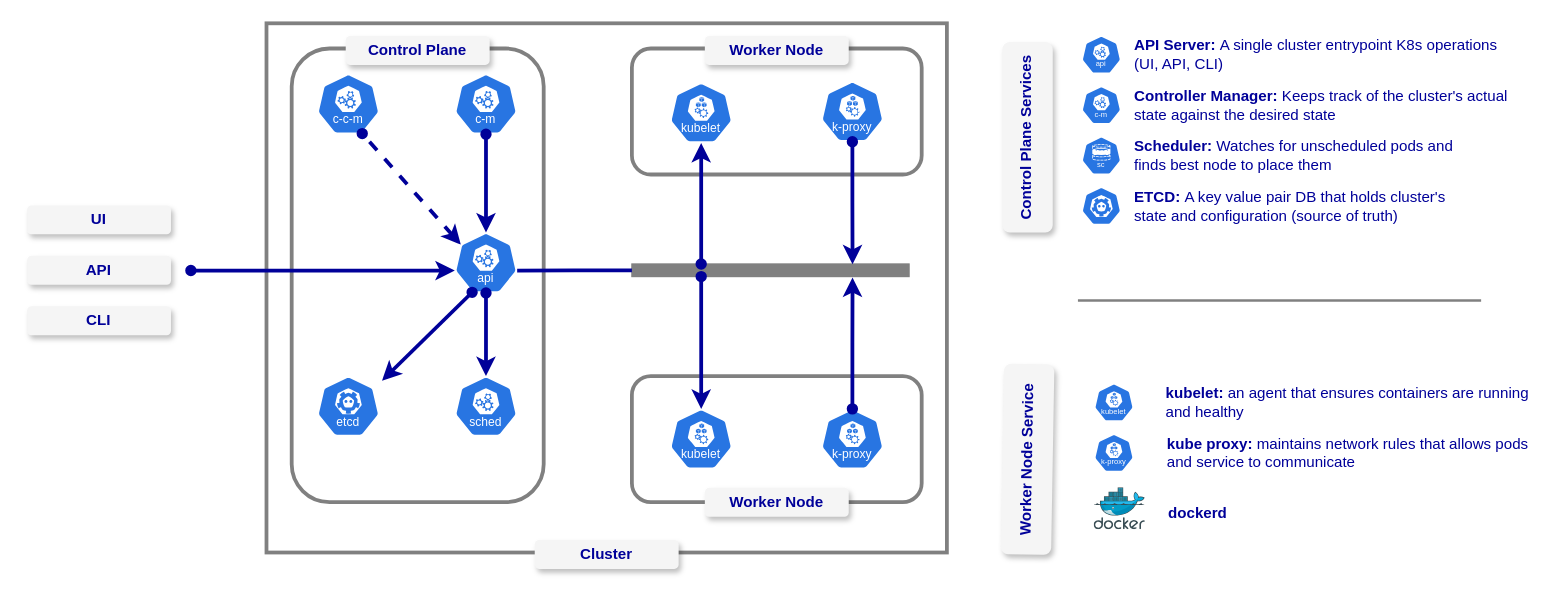
This is page "Control Plane" (1 of 9) of drawio/core objects.drawio from k8sforum/intro-to-k8s, a draw.io file, before an edit. Source tidied: cells renumbered, new cells numbered last; positions are measured from the earlier drawing's top-left corner, leaving out a move shared by most shapes. Both pictures are drawn from the tidied source at 126%, with x=0, y=0 at pixel (26, 23).
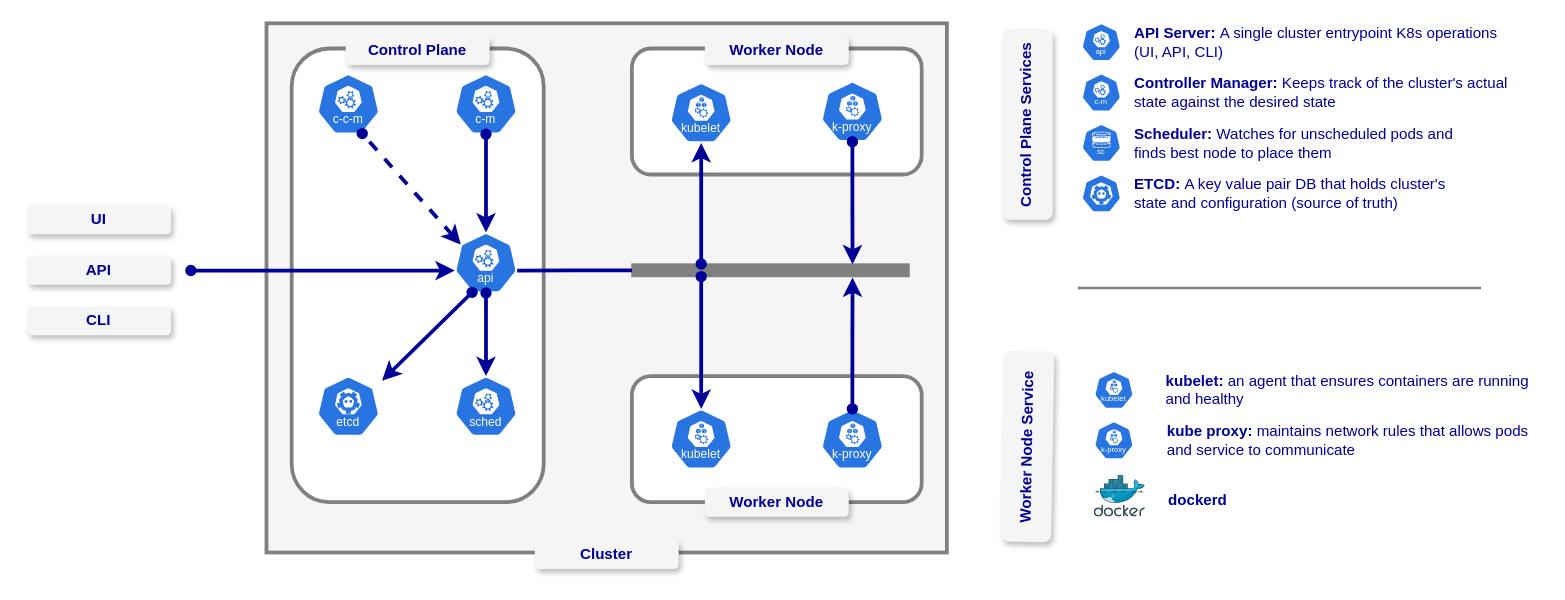
The same page after the edit.

The edit, as a diff of the source:
```diff
@@
-    <mxCell id="2" style="rounded=0;whiteSpace=wrap;html=1;strokeWidth=3;strokeColor=#808080;" parent="1" vertex="1">
+    <mxCell id="2" style="rounded=0;whiteSpace=wrap;html=1;strokeWidth=3;strokeColor=#808080;fillColor=#F5F5F5;" parent="1" vertex="1">
       <mxGeometry x="190" width="540" height="420" as="geometry" />
     </mxCell>
@@
     <mxCell id="25" style="sketch=0;html=1;dashed=0;whitespace=wrap;verticalLabelPosition=bottom;verticalAlign=top;fillColor=#2875E2;strokeColor=#ffffff;shape=mxgraph.kubernetes.icon2;kubernetesLabel=1;prIcon=api;" parent="1" vertex="1">
-      <mxGeometry x="837" y="10" width="31.2" height="30" as="geometry" />
+      <mxGeometry x="837" width="31.2" height="30" as="geometry" />
     </mxCell>
     <mxCell id="26" style="sketch=0;html=1;dashed=0;whitespace=wrap;verticalLabelPosition=bottom;verticalAlign=top;fillColor=#2875E2;strokeColor=#ffffff;shape=mxgraph.kubernetes.icon2;prIcon=etcd;" parent="1" vertex="1">
-      <mxGeometry x="837" y="130" width="31.2" height="30" as="geometry" />
+      <mxGeometry x="837" y="120" width="31.2" height="30" as="geometry" />
     </mxCell>
     <mxCell id="27" style="sketch=0;html=1;dashed=0;whitespace=wrap;verticalLabelPosition=bottom;verticalAlign=top;fillColor=#2875E2;strokeColor=#ffffff;shape=mxgraph.kubernetes.icon2;kubernetesLabel=1;prIcon=sc;" parent="1" vertex="1">
-      <mxGeometry x="837" y="90" width="31.2" height="30" as="geometry" />
+      <mxGeometry x="837" y="80" width="31.2" height="30" as="geometry" />
     </mxCell>
     <mxCell id="28" value="&lt;font style=&quot;color: rgb(0, 0, 153);&quot;&gt;&lt;b&gt;API Server:&lt;/b&gt;&amp;nbsp;A single cluster entrypoint K8s operations (UI, API, CLI)&lt;/font&gt;" style="text;html=1;whiteSpace=wrap;strokeColor=none;fillColor=none;align=left;verticalAlign=middle;rounded=0;" parent="1" vertex="1">
-      <mxGeometry x="877" y="10" width="300" height="30" as="geometry" />
+      <mxGeometry x="877" width="300" height="30" as="geometry" />
     </mxCell>
     <mxCell id="29" value="&lt;font style=&quot;color: rgb(0, 0, 153);&quot;&gt;&lt;b&gt;Controller Manager:&lt;/b&gt; Keeps track of the cluster's actual state against the desired state&lt;/font&gt;" style="text;html=1;whiteSpace=wrap;strokeColor=none;fillColor=none;align=left;verticalAlign=middle;rounded=0;" parent="1" vertex="1">
-      <mxGeometry x="877" y="50" width="320" height="30" as="geometry" />
+      <mxGeometry x="877" y="40" width="320" height="30" as="geometry" />
     </mxCell>
     <mxCell id="30" value="&lt;font style=&quot;color: rgb(0, 0, 153);&quot;&gt;&lt;b&gt;Scheduler:&lt;/b&gt;&amp;nbsp;Watches for unscheduled pods and finds best node to place them&lt;/font&gt;" style="text;html=1;whiteSpace=wrap;strokeColor=none;fillColor=none;align=left;verticalAlign=middle;rounded=0;" parent="1" vertex="1">
-      <mxGeometry x="877" y="90" width="270" height="30" as="geometry" />
+      <mxGeometry x="877" y="80" width="270" height="30" as="geometry" />
     </mxCell>
     <mxCell id="31" value="&lt;font style=&quot;color: rgb(0, 0, 153);&quot;&gt;&lt;b&gt;ETCD:&lt;/b&gt;&amp;nbsp;A key value pair DB that holds cluster's state and configuration (source of truth)&lt;/font&gt;" style="text;html=1;whiteSpace=wrap;strokeColor=none;fillColor=none;align=left;verticalAlign=middle;rounded=0;" parent="1" vertex="1">
-      <mxGeometry x="877" y="130" width="270" height="30" as="geometry" />
+      <mxGeometry x="877" y="120" width="270" height="30" as="geometry" />
     </mxCell>
     <mxCell id="32" style="sketch=0;html=1;dashed=0;whitespace=wrap;verticalLabelPosition=bottom;verticalAlign=top;fillColor=#2875E2;strokeColor=#ffffff;shape=mxgraph.kubernetes.icon2;kubernetesLabel=1;prIcon=c_m;" parent="1" vertex="1">
-      <mxGeometry x="837" y="50" width="31.2" height="30" as="geometry" />
+      <mxGeometry x="837" y="40" width="31.2" height="30" as="geometry" />
     </mxCell>
     <mxCell id="33" style="sketch=0;html=1;dashed=0;whitespace=wrap;verticalLabelPosition=bottom;verticalAlign=top;fillColor=#2875E2;strokeColor=#ffffff;shape=mxgraph.kubernetes.icon2;kubernetesLabel=1;prIcon=kubelet;" parent="1" vertex="1">
-      <mxGeometry x="847" y="286" width="31.2" height="30" as="geometry" />
+      <mxGeometry x="847" y="276" width="31.2" height="30" as="geometry" />
     </mxCell>
     <mxCell id="34" style="image;sketch=0;html=1;align=center;fontSize=12;image=img/lib/mscae/Docker.svg;" parent="1" vertex="1">
-      <mxGeometry x="847" y="368.7" width="40.6" height="33.3" as="geometry" />
+      <mxGeometry x="847" y="358.7" width="40.6" height="33.3" as="geometry" />
     </mxCell>
     <mxCell id="35" value="&lt;font color=&quot;#000099&quot;&gt;&lt;b&gt;kubelet: &lt;/b&gt;an agent that ensures containers are running and healthy&lt;/font&gt;" style="text;html=1;whiteSpace=wrap;strokeColor=none;fillColor=none;align=left;verticalAlign=middle;rounded=0;" parent="1" vertex="1">
-      <mxGeometry x="901.6" y="286" width="300" height="30" as="geometry" />
+      <mxGeometry x="901.6" y="276" width="300" height="30" as="geometry" />
     </mxCell>
     <mxCell id="36" value="&lt;font color=&quot;#000099&quot;&gt;&lt;b&gt;dockerd&lt;/b&gt;&lt;/font&gt;" style="text;html=1;whiteSpace=wrap;strokeColor=none;fillColor=none;align=left;verticalAlign=middle;rounded=0;" parent="1" vertex="1">
-      <mxGeometry x="904" y="374" width="300" height="30" as="geometry" />
+      <mxGeometry x="904" y="364" width="300" height="30" as="geometry" />
     </mxCell>
     <mxCell id="37" style="sketch=0;html=1;dashed=0;whitespace=wrap;verticalLabelPosition=bottom;verticalAlign=top;fillColor=#2875E2;strokeColor=#ffffff;shape=mxgraph.kubernetes.icon2;kubernetesLabel=1;prIcon=k_proxy;" parent="1" vertex="1">
-      <mxGeometry x="847" y="326" width="31.2" height="30" as="geometry" />
+      <mxGeometry x="847" y="316" width="31.2" height="30" as="geometry" />
     </mxCell>
     <mxCell id="38" value="&lt;font color=&quot;#000099&quot;&gt;&lt;b&gt;kube proxy: &lt;/b&gt;maintains network rules that allows pods and service to communicate&lt;/font&gt;" style="text;html=1;whiteSpace=wrap;strokeColor=none;fillColor=none;align=left;verticalAlign=middle;rounded=0;" parent="1" vertex="1">
-      <mxGeometry x="902.6" y="326" width="300" height="30" as="geometry" />
+      <mxGeometry x="902.6" y="316" width="300" height="30" as="geometry" />
     </mxCell>
     <mxCell id="39" style="rounded=0;orthogonalLoop=1;jettySize=auto;html=1;strokeWidth=2;strokeColor=#808080;endArrow=none;endFill=0;" parent="1" edge="1">
       <mxGeometry relative="1" as="geometry">
-        <mxPoint x="834" y="220" as="sourcePoint" />
-        <mxPoint x="1154" y="220" as="targetPoint" />
+        <mxPoint x="834" y="210" as="sourcePoint" />
+        <mxPoint x="1154" y="210" as="targetPoint" />
       </mxGeometry>
     </mxCell>
@@
     <mxCell id="47" value="&lt;font&gt;&lt;span style=&quot;color: light-dark(rgb(0, 0, 153), rgb(218, 218, 255));&quot;&gt;&lt;b style=&quot;&quot;&gt;Control Plane Services&lt;/b&gt;&lt;/span&gt;&lt;/font&gt;" style="text;html=1;whiteSpace=wrap;strokeColor=none;fillColor=#f5f5f5;align=center;verticalAlign=middle;rounded=1;fontColor=#333333;shadow=1;rotation=-90;" parent="1" vertex="1">
-      <mxGeometry x="718.4" y="70.4" width="151.2" height="40" as="geometry" />
+      <mxGeometry x="718.4" y="60.4" width="151.2" height="40" as="geometry" />
     </mxCell>
     <mxCell id="48" value="&lt;font&gt;&lt;span style=&quot;color: light-dark(rgb(0, 0, 153), rgb(218, 218, 255));&quot;&gt;&lt;b style=&quot;&quot;&gt;Worker Node Service&lt;/b&gt;&lt;/span&gt;&lt;/font&gt;" style="text;html=1;whiteSpace=wrap;strokeColor=none;fillColor=#f5f5f5;align=center;verticalAlign=middle;rounded=1;fontColor=#333333;shadow=1;rotation=-89;" parent="1" vertex="1">
-      <mxGeometry x="718.4" y="326" width="151.2" height="40" as="geometry" />
+      <mxGeometry x="718.4" y="316" width="151.2" height="40" as="geometry" />
     </mxCell>
```
